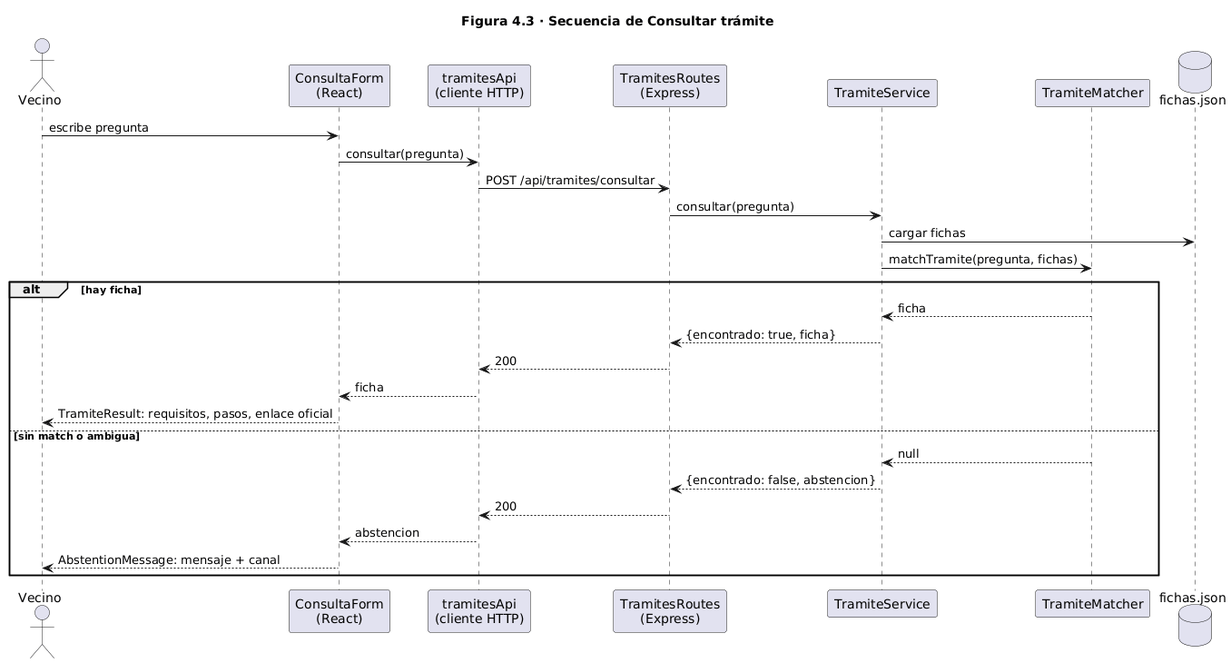
Before: docs/uml/secuencia_tramite.png, a diagram exported from PlantUML (FeliKar/Proyecto-Ingenieria-de-Software).
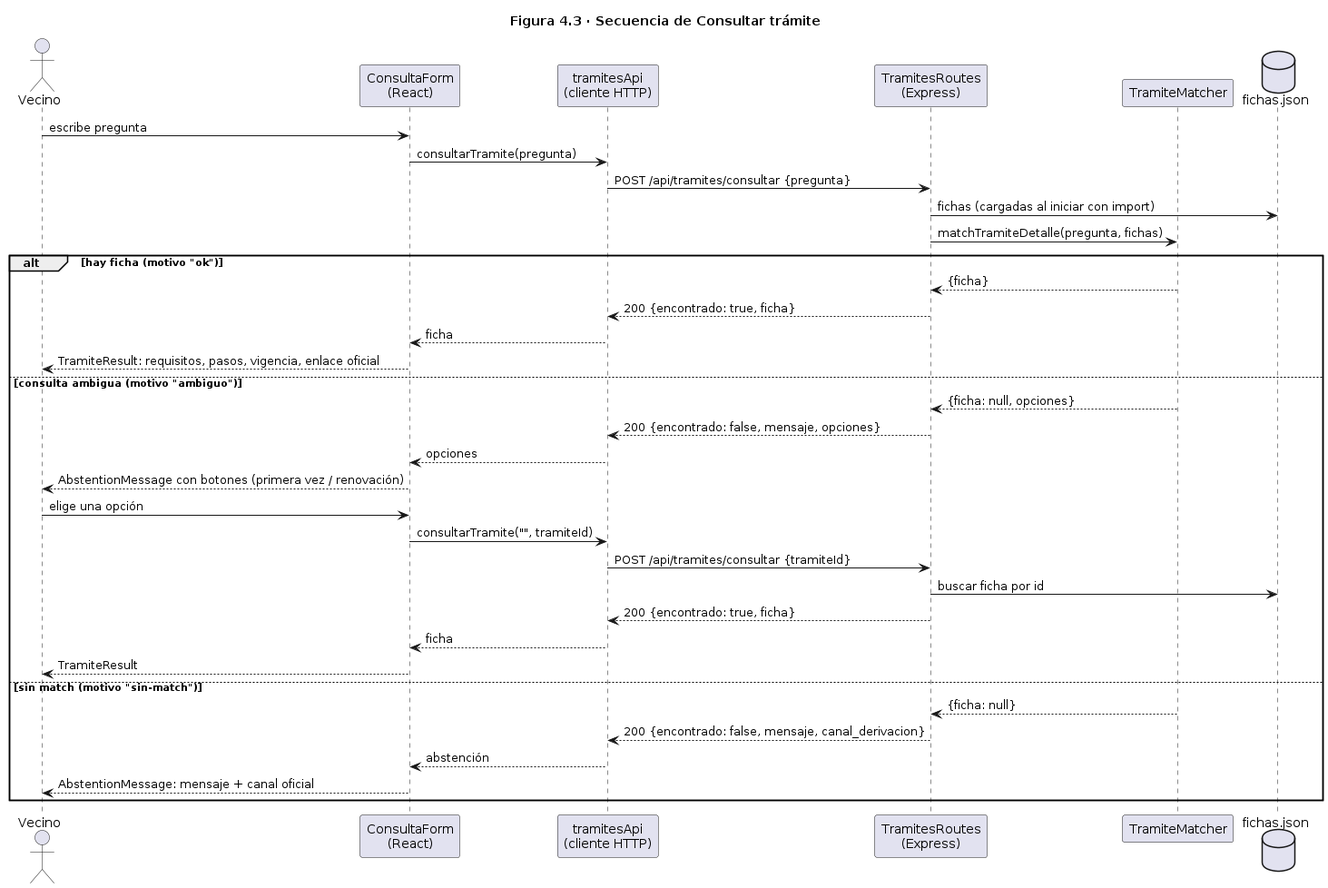
The same file after the commit.

What changed in the source:
```diff
@@ -4,27 +4,35 @@
 participant "ConsultaForm\n(React)" as FE
 participant "tramitesApi\n(cliente HTTP)" as API
 participant "TramitesRoutes\n(Express)" as R
-participant TramiteService as S
 participant TramiteMatcher as M
 database "fichas.json" as J
 
 Vecino -> FE : escribe pregunta
-FE -> API : consultar(pregunta)
-API -> R : POST /api/tramites/consultar
-R -> S : consultar(pregunta)
-S -> J : cargar fichas
-S -> M : matchTramite(pregunta, fichas)
-alt hay ficha
-  M --> S : ficha
-  S --> R : {encontrado: true, ficha}
-  R --> API : 200
+FE -> API : consultarTramite(pregunta)
+API -> R : POST /api/tramites/consultar {pregunta}
+R -> J : fichas (cargadas al iniciar con import)
+R -> M : matchTramiteDetalle(pregunta, fichas)
+alt hay ficha (motivo "ok")
+  M --> R : {ficha}
+  R --> API : 200 {encontrado: true, ficha}
   API --> FE : ficha
-  FE --> Vecino : TramiteResult: requisitos, pasos, enlace oficial
-else sin match o ambigua
-  M --> S : null
-  S --> R : {encontrado: false, abstencion}
-  R --> API : 200
-  API --> FE : abstencion
-  FE --> Vecino : AbstentionMessage: mensaje + canal
+  FE --> Vecino : TramiteResult: requisitos, pasos, vigencia, enlace oficial
+else consulta ambigua (motivo "ambiguo")
+  M --> R : {ficha: null, opciones}
+  R --> API : 200 {encontrado: false, mensaje, opciones}
+  API --> FE : opciones
+  FE --> Vecino : AbstentionMessage con botones (primera vez / renovación)
+  Vecino -> FE : elige una opción
+  FE -> API : consultarTramite("", tramiteId)
+  API -> R : POST /api/tramites/consultar {tramiteId}
+  R -> J : buscar ficha por id
+  R --> API : 200 {encontrado: true, ficha}
+  API --> FE : ficha
+  FE --> Vecino : TramiteResult
+else sin match (motivo "sin-match")
+  M --> R : {ficha: null}
+  R --> API : 200 {encontrado: false, mensaje, canal_derivacion}
+  API --> FE : abstención
+  FE --> Vecino : AbstentionMessage: mensaje + canal oficial
 end
 @enduml
```
